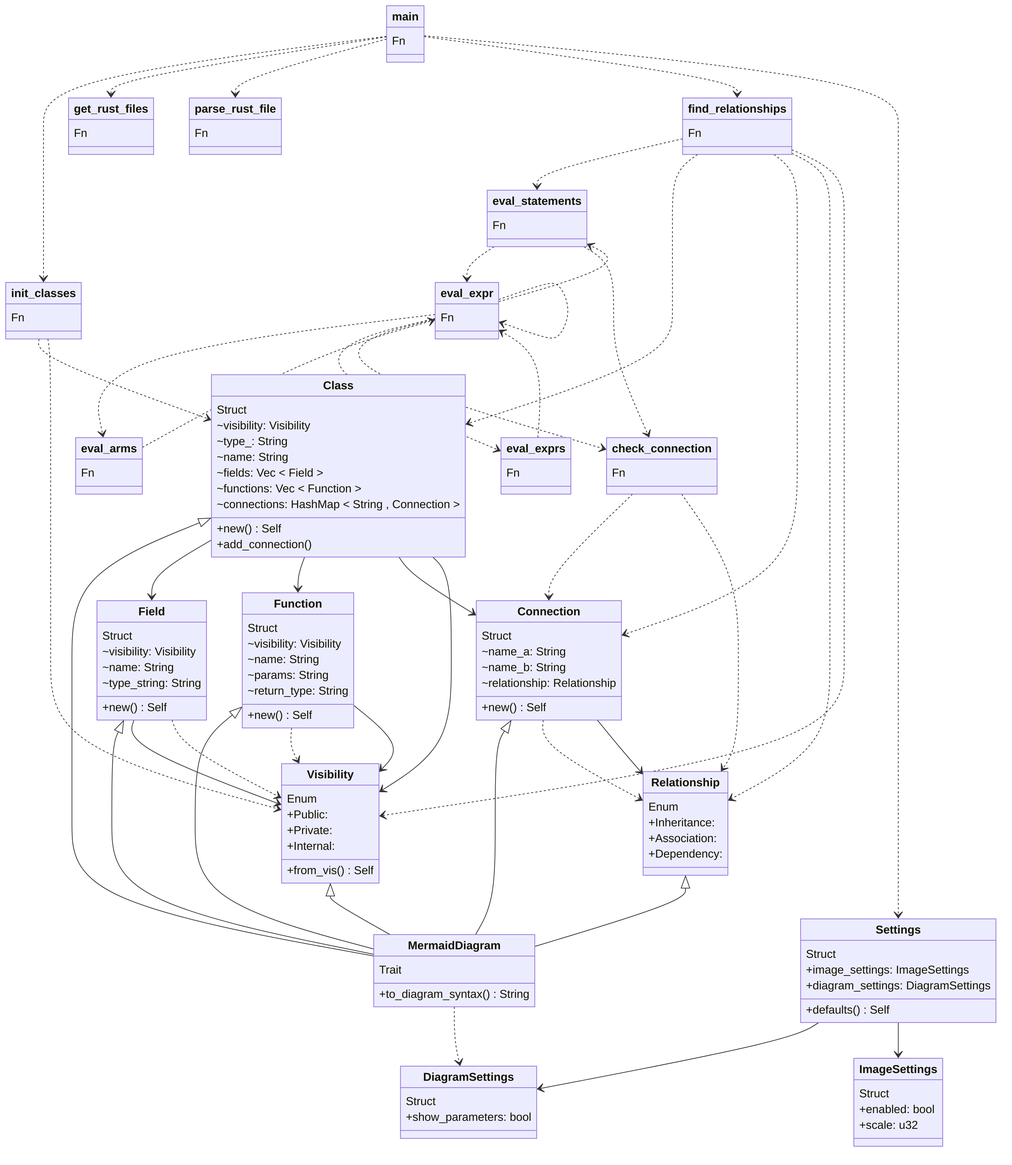
Before: diagram.png, a diagram exported from Mermaid (gusjengis/mermaid-class-diagrams). Its source is kept beside it as diagram.mmd.
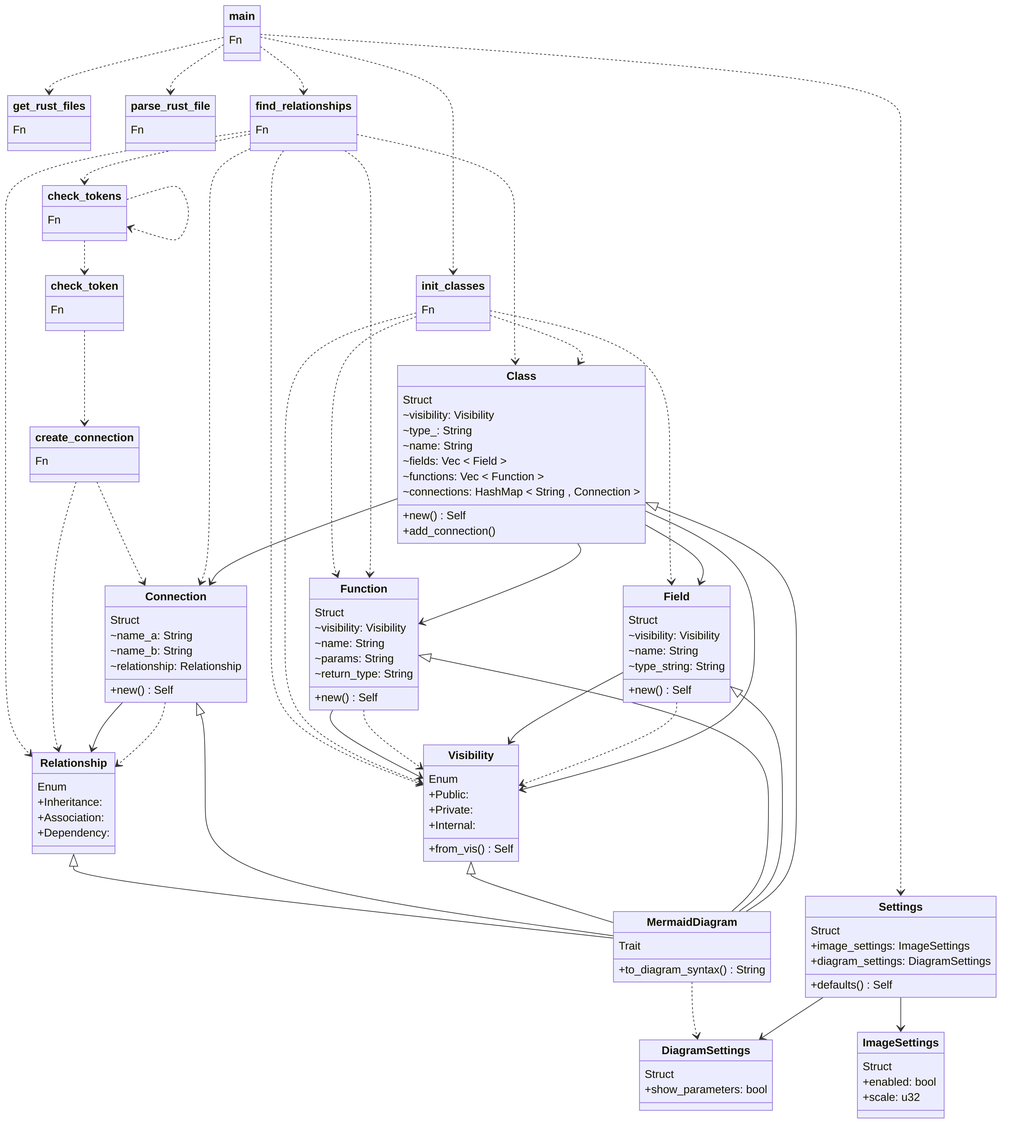
Later version of the same file.

Commit message:
simplified token checking, max detail, but some false positives

I think I need to use the LSP

What changed in the source:
```diff
@@ -24,11 +24,11 @@
 }
 
 Class <|-- MermaidDiagram
-Relationship <|-- MermaidDiagram
 Field <|-- MermaidDiagram
+Function <|-- MermaidDiagram
 Visibility <|-- MermaidDiagram
 Connection <|-- MermaidDiagram
-Function <|-- MermaidDiagram
+Relationship <|-- MermaidDiagram
 
 class find_relationships {
 Fn
@@ -36,40 +36,24 @@
 
 main ..> find_relationships
 
-class eval_statements {
+class check_tokens {
 Fn
 }
 
-find_relationships ..> eval_statements
-eval_expr ..> eval_statements
+check_tokens ..> check_tokens
+find_relationships ..> check_tokens
 
-class eval_arms {
+class check_token {
 Fn
 }
 
-eval_expr ..> eval_arms
+check_tokens ..> check_token
 
-class eval_exprs {
+class create_connection {
 Fn
 }
 
-eval_expr ..> eval_exprs
-
-class eval_expr {
-Fn
-}
-
-eval_statements ..> eval_expr
-eval_arms ..> eval_expr
-eval_exprs ..> eval_expr
-eval_expr ..> eval_expr
-
-class check_connection {
-Fn
-}
-
-eval_statements ..> check_connection
-eval_expr ..> check_connection
+check_token ..> create_connection
 
 class Class {
 Struct
@@ -83,12 +67,12 @@
 +add_connection()
 }
 
+Class --> Field
 init_classes ..> Class
-Class --> Field
 find_relationships ..> Class
 Class --> Function
+Class --> Visibility
 Class --> Connection
-Class --> Visibility
 
 class Field {
 Struct
@@ -98,8 +82,9 @@
 +new() Self
 }
 
+init_classes ..> Field
+Field ..> Visibility
 Field --> Visibility
-Field ..> Visibility
 
 class Function {
 Struct
@@ -110,8 +95,10 @@
 +new() Self
 }
 
+find_relationships ..> Function
 Function ..> Visibility
 Function --> Visibility
+init_classes ..> Function
 
 class Connection {
 Struct
@@ -121,10 +108,10 @@
 +new() Self
 }
 
+Connection ..> Relationship
+Connection --> Relationship
 find_relationships ..> Connection
-Connection ..> Relationship
-check_connection ..> Connection
-Connection --> Relationship
+create_connection ..> Connection
 
 class Relationship {
 Enum
@@ -133,7 +120,7 @@
 +Dependency:
 }
 
-check_connection ..> Relationship
+create_connection ..> Relationship
 find_relationships ..> Relationship
 
 class Visibility {
@@ -144,8 +131,8 @@
 +from_vis() Self
 }
 
+init_classes ..> Visibility
 find_relationships ..> Visibility
-init_classes ..> Visibility
 
 class Settings {
 Struct
@@ -155,8 +142,8 @@
 }
 
 Settings --> DiagramSettings
+Settings --> ImageSettings
 main ..> Settings
-Settings --> ImageSettings
 
 class ImageSettings {
 Struct
```
